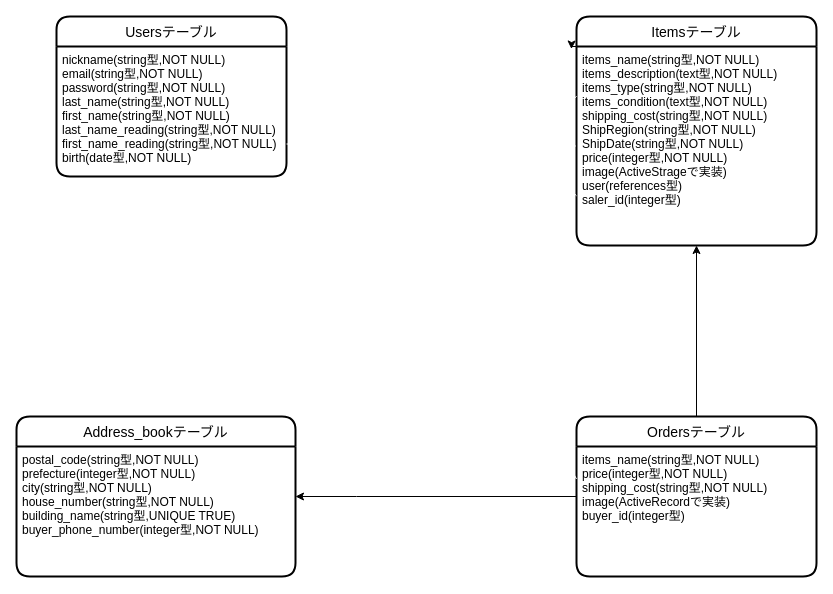
Earlier version of the draw.io diagram app/test.dio (DsukeDyc/furima-35191). Source tidied: cells renumbered, new cells numbered last; positions are measured from the earlier drawing's top-left corner, leaving out a move shared by most shapes. Both pictures are drawn from the tidied source at 100%, with x=0, y=0 at pixel (16, 16).
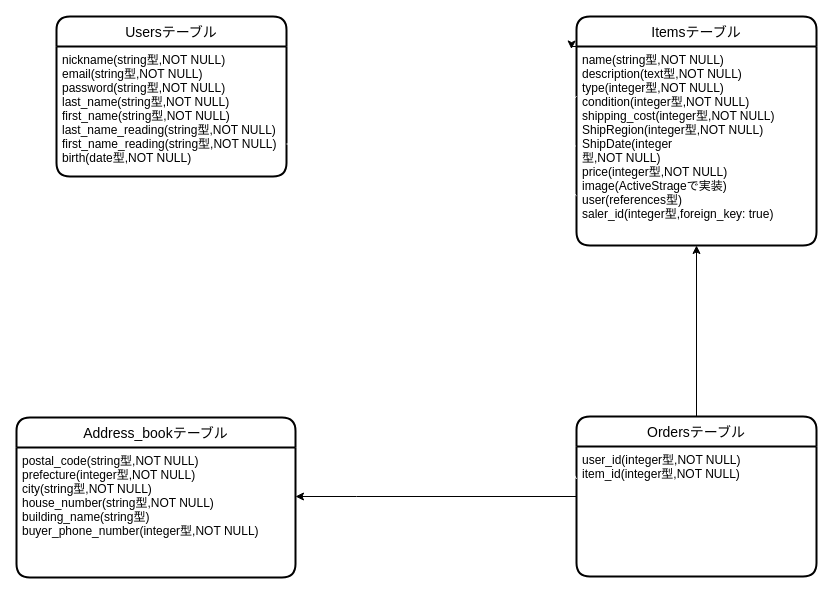
Above is the later version.

Commit message (it also covers changes not shown here):
データベース設計の修正

The change refers to these unchanged cells:
```xml
<mxCell id="4" value="Itemsテーブル" style="swimlane;horizontal=1;startSize=30;rounded=1;fontSize=14;fontStyle=0;strokeWidth=2;shadow=0;dashed=0;align=center;" parent="1" vertex="1">
  <mxGeometry x="560" width="240" height="229" as="geometry" />
</mxCell>
<mxCell id="12" value="Ordersテーブル" style="swimlane;horizontal=1;startSize=30;rounded=1;fontSize=14;fontStyle=0;strokeWidth=2;shadow=0;dashed=0;align=center;" parent="1" vertex="1">
  <mxGeometry x="560" y="400" width="240" height="160" as="geometry" />
</mxCell>
```

What changed in the source:
```diff
@@
-    <mxCell id="6" value="items_name(string型,NOT NULL)&#10;items_description(text型,NOT NULL)&#10;items_type(string型,NOT NULL)&#10;items_condition(text型,NOT NULL)&#10;shipping_cost(string型,NOT NULL)&#10;ShipRegion(string型,NOT NULL)&#10;ShipDate(string型,NOT NULL)&#10;price(integer型,NOT NULL)&#10;image(ActiveStrageで実装)&#10;user(references型)&#10;saler_id(integer型)" style="align=left;strokeColor=none;fillColor=none;spacingLeft=4;fontSize=12;verticalAlign=top;" parent="4" vertex="1">
+    <mxCell id="6" value="name(string型,NOT NULL)&#10;description(text型,NOT NULL)&#10;type(integer型,NOT NULL)&#10;condition(integer型,NOT NULL)&#10;shipping_cost(integer型,NOT NULL)&#10;ShipRegion(integer型,NOT NULL)&#10;ShipDate(integer&#10;型,NOT NULL)&#10;price(integer型,NOT NULL)&#10;image(ActiveStrageで実装)&#10;user(references型)&#10;saler_id(integer型,foreign_key: true)" style="align=left;strokeColor=none;fillColor=none;spacingLeft=4;fontSize=12;verticalAlign=top;" parent="4" vertex="1">
       <mxGeometry y="30" width="240" height="199" as="geometry" />
     </mxCell>
     <mxCell id="7" value="Address_bookテーブル" style="swimlane;horizontal=1;startSize=30;rounded=1;fontSize=14;fontStyle=0;strokeWidth=2;shadow=0;dashed=0;align=center;" parent="1" vertex="1">
-      <mxGeometry y="400" width="279" height="160" as="geometry" />
+      <mxGeometry y="401" width="279" height="160" as="geometry" />
     </mxCell>
-    <mxCell id="8" value="postal_code(string型,NOT NULL)&#10;prefecture(integer型,NOT NULL)&#10;city(string型,NOT NULL)&#10;house_number(string型,NOT NULL)&#10;building_name(string型,UNIQUE TRUE)&#10;buyer_phone_number(integer型,NOT NULL)&#10;&#10;" style="align=left;strokeColor=none;fillColor=none;spacingLeft=4;fontSize=12;verticalAlign=top;" parent="7" vertex="1">
+    <mxCell id="8" value="postal_code(string型,NOT NULL)&#10;prefecture(integer型,NOT NULL)&#10;city(string型,NOT NULL)&#10;house_number(string型,NOT NULL)&#10;building_name(string型)&#10;buyer_phone_number(integer型,NOT NULL)&#10;&#10;" style="align=left;strokeColor=none;fillColor=none;spacingLeft=4;fontSize=12;verticalAlign=top;" parent="7" vertex="1">
       <mxGeometry y="30" width="279" height="130" as="geometry" />
     </mxCell>
@@
-    <mxCell id="13" value="items_name(string型,NOT NULL)&#10;price(integer型,NOT NULL)&#10;shipping_cost(string型,NOT NULL)&#10;image(ActiveRecordで実装)&#10;buyer_id(integer型)" style="align=left;strokeColor=none;fillColor=none;spacingLeft=4;fontSize=12;verticalAlign=top;" parent="12" vertex="1">
+    <mxCell id="13" value="user_id(integer型,NOT NULL)&#10;item_id(integer型,NOT NULL)" style="align=left;strokeColor=none;fillColor=none;spacingLeft=4;fontSize=12;verticalAlign=top;" parent="12" vertex="1">
       <mxGeometry y="30" width="240" height="130" as="geometry" />
     </mxCell>
```
